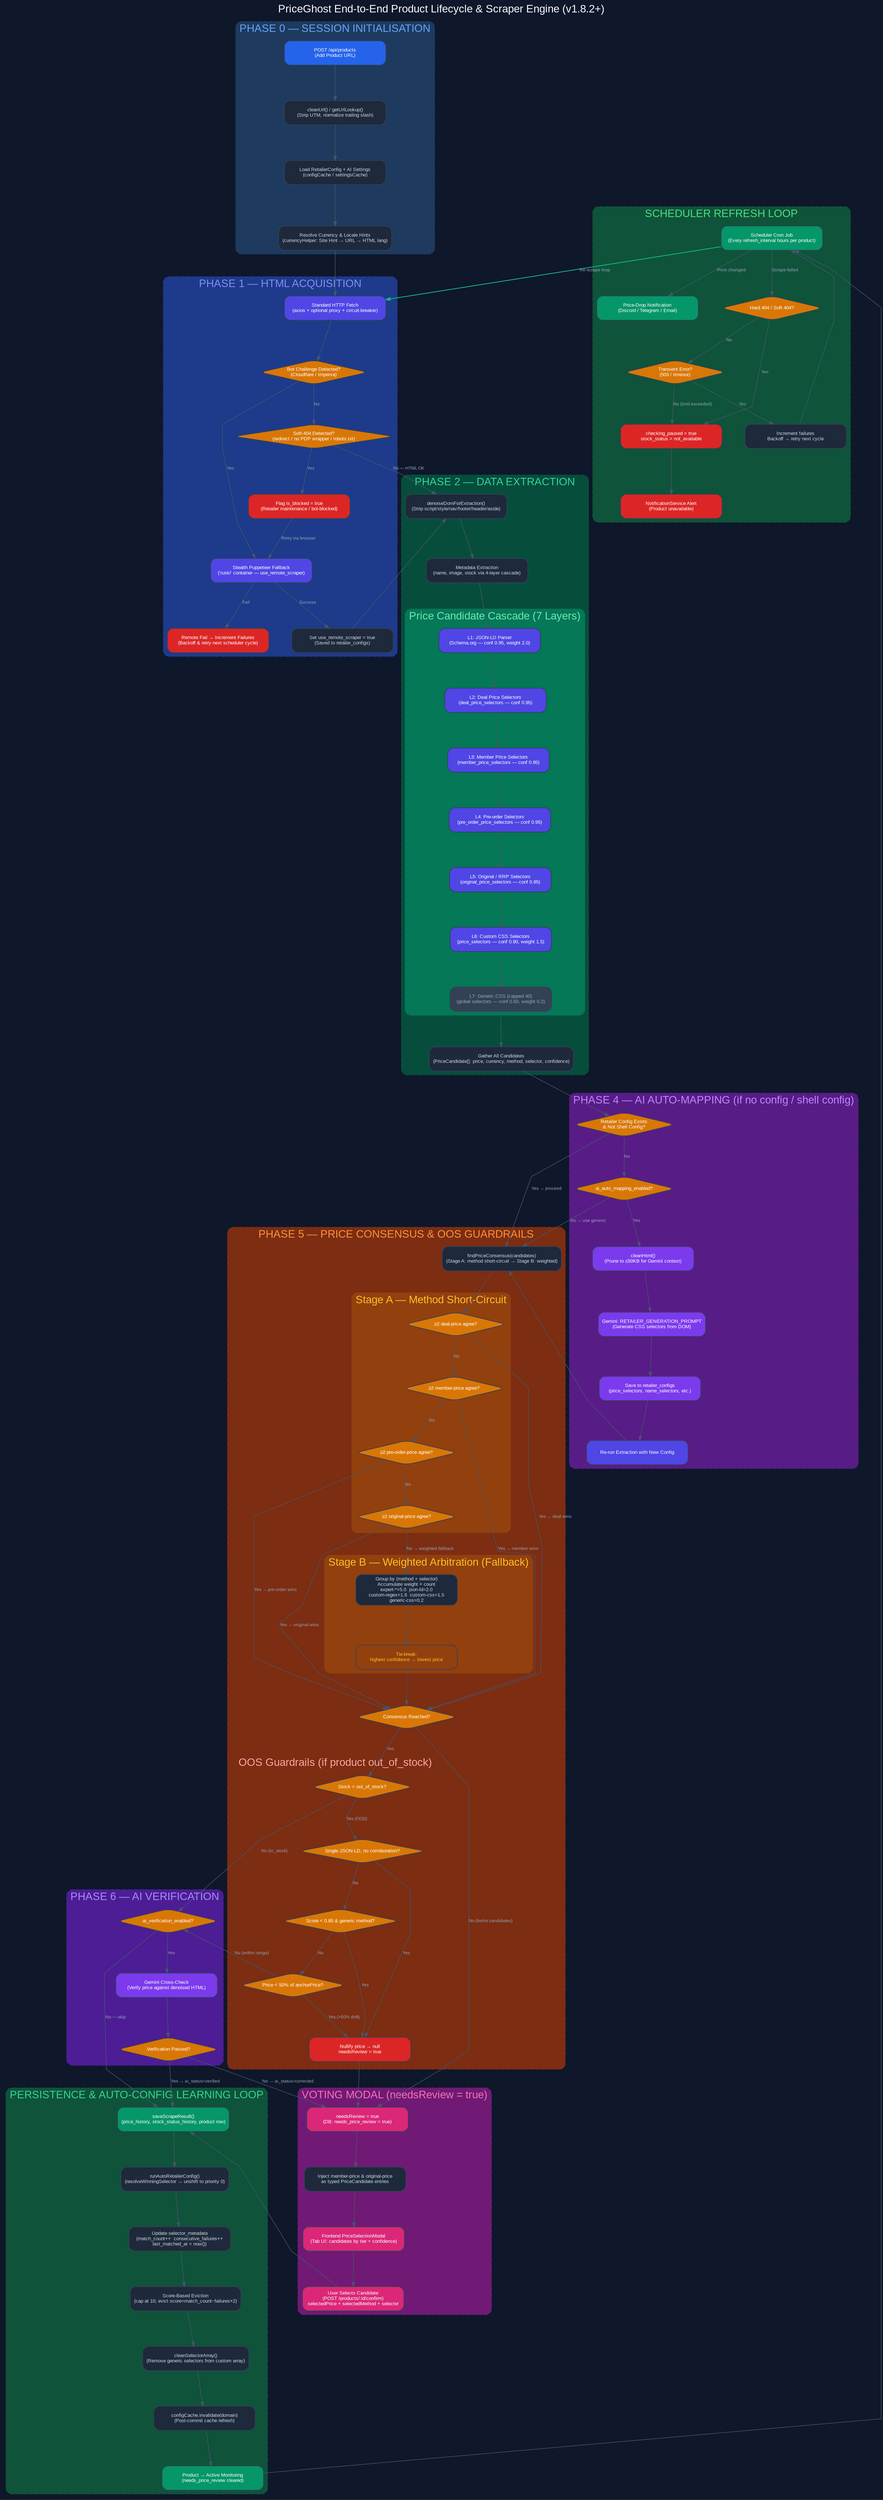
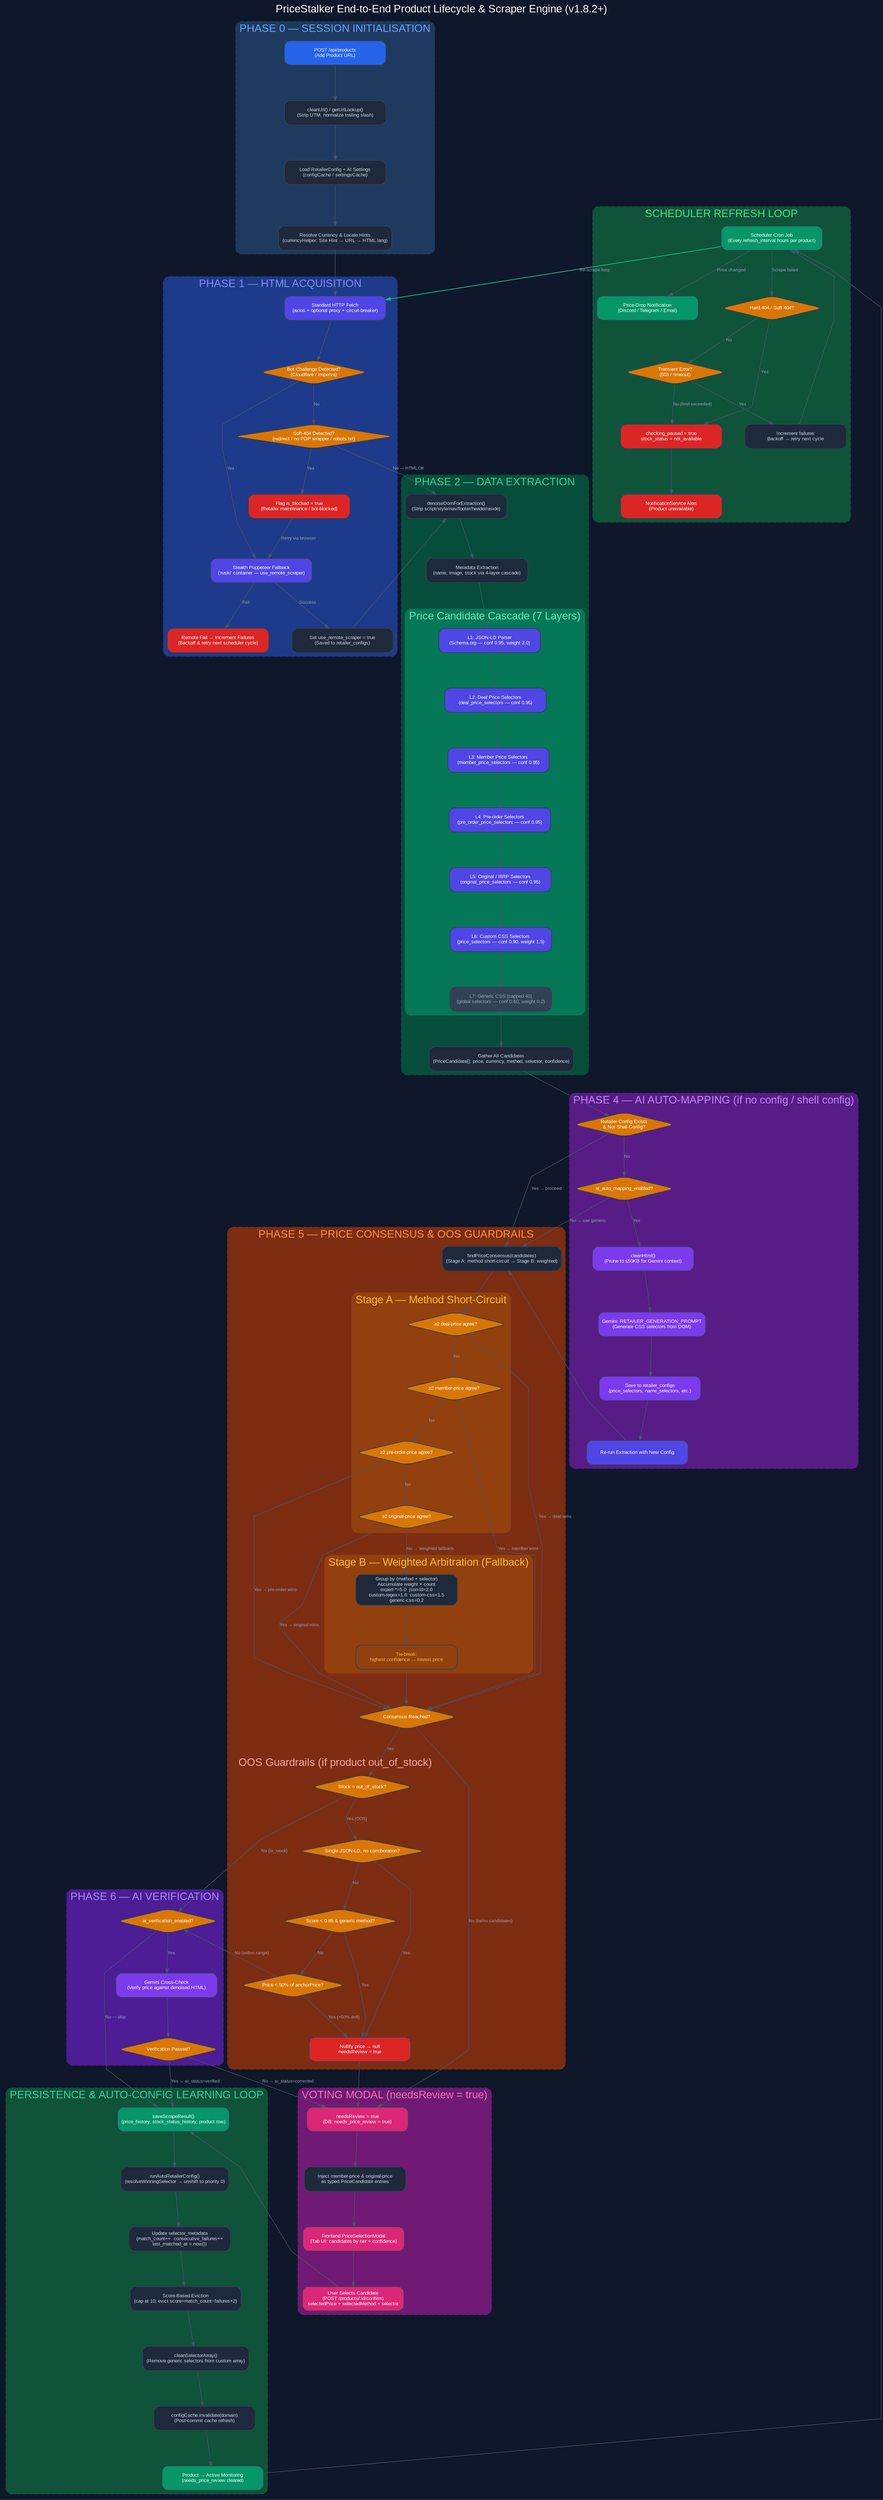
- digraph PriceGhostProductLifecycle {
+ digraph PriceStalkerProductLifecycle {
    // Graph-level styling
    graph [
-         label="PriceGhost End-to-End Product Lifecycle & Scraper Engine (v1.8.2+)",
+         label="PriceStalker End-to-End Product Lifecycle & Scraper Engine (v1.8.2+)",
        labelloc="t",
        fontname="Segoe UI, Arial, sans-serif",
        fontsize=22,
        rankdir=TB,
        bgcolor="#0f172a",
        fontcolor="#f8fafc",
        nodesep=0.65,
        ranksep=1.0,
        compound=true,
        splines=polyline
    ];

    node [
        fontname="Segoe UI, Arial, sans-serif",
        fontsize=10,
        shape=box,
        style="filled,rounded",
        fillcolor="#1e293b",
        fontcolor="#cbd5e1",
        color="#334155",
        penwidth=1.4,
        width=2.9,
        height=0.7
    ];

    edge [
        fontname="Segoe UI, Arial, sans-serif",
        fontsize=9,
        color="#475569",
        fontcolor="#94a3b8",
        arrowsize=0.85,
        penwidth=1.1
    ];

    // ─────────────────────────────────────────────────────
    // PHASE 0: SESSION INITIALISATION
    // ─────────────────────────────────────────────────────
    subgraph cluster_init {
        label="PHASE 0 — SESSION INITIALISATION";
        color="#1e3a5f";
        fontcolor="#60a5fa";
        style="dashed,rounded,filled";
        bgcolor="#0a1628";

        Start_Product  [label="POST /api/products\n(Add Product URL)", fillcolor="#2563eb", fontcolor="#ffffff"];
        Url_Clean      [label="cleanUrl() / getUrlLookup()\n(Strip UTM, normalize trailing slash)"];
        Load_Config    [label="Load RetailerConfig + AI Settings\n(configCache / settingsCache)"];
        Currency_Init  [label="Resolve Currency & Locale Hints\n(currencyHelper: Site Hint → URL → HTML lang)"];
    }

    Start_Product -> Url_Clean -> Load_Config -> Currency_Init;

    // ─────────────────────────────────────────────────────
    // PHASE 1: HTML ACQUISITION
    // ─────────────────────────────────────────────────────
    subgraph cluster_acquisition {
        label="PHASE 1 — HTML ACQUISITION";
        color="#1e3a8a";
        fontcolor="#818cf8";
        style="dashed,rounded,filled";
        bgcolor="#0b1329";

        Axios_Fetch    [label="Standard HTTP Fetch\n(axios + optional proxy + circuit-breaker)", fillcolor="#4f46e5", fontcolor="#ffffff"];
        Bot_Check      [label="Bot Challenge Detected?\n(Cloudflare / Imperva)", shape=diamond, fillcolor="#d97706", fontcolor="#ffffff"];
        Soft404_Check  [label="Soft-404 Detected?\n(redirect / no PDP wrapper / robots.txt)", shape=diamond, fillcolor="#d97706", fontcolor="#ffffff"];
        Remote_Browser [label="Stealth Puppeteer Fallback\n('ruski' container — use_remote_scraper)", fillcolor="#4f46e5", fontcolor="#ffffff"];
        Remote_Fail    [label="Remote Fail → Increment Failures\n(Backoff & retry next scheduler cycle)", fillcolor="#dc2626", fontcolor="#ffffff"];
        Set_Stealth    [label="Set use_remote_scraper = true\n(Saved to retailer_configs)"];
        Maintenance    [label="Flag is_blocked = true\n(Retailer maintenance / bot-blocked)", fillcolor="#dc2626", fontcolor="#ffffff"];
    }

    Currency_Init  -> Axios_Fetch;
    Axios_Fetch    -> Bot_Check;
    Bot_Check      -> Remote_Browser [label="Yes"];
    Bot_Check      -> Soft404_Check  [label="No"];
    Soft404_Check  -> Maintenance    [label="Yes"];
    Soft404_Check  -> DOM_Denoise    [label="No — HTML OK"];
    Remote_Browser -> Set_Stealth    [label="Success"];
    Remote_Browser -> Remote_Fail    [label="Fail"];
    Set_Stealth    -> DOM_Denoise;
    Maintenance    -> Remote_Browser [label="Retry via browser"];

    // ─────────────────────────────────────────────────────
    // PHASE 2: DATA EXTRACTION
    // ─────────────────────────────────────────────────────
    subgraph cluster_extraction {
        label="PHASE 2 — DATA EXTRACTION";
        color="#064e3b";
        fontcolor="#34d399";
        style="dashed,rounded,filled";
        bgcolor="#061813";

        DOM_Denoise   [label="denoiseDomForExtraction()\n(Strip script/style/nav/footer/header/aside)"];
        Meta_Extract  [label="Metadata Extraction\n(name, image, stock via 4-layer cascade)"];

        // Price cascade
        subgraph cluster_price_cascade {
            label="Price Candidate Cascade (7 Layers)";
            color="#047857";
            fontcolor="#6ee7b7";
            style="rounded,filled";
            bgcolor="#041f12";

            L1_JSONLD   [label="L1: JSON-LD Parser\n(Schema.org — conf 0.95, weight 2.0)", fillcolor="#4f46e5", fontcolor="#ffffff"];
            L2_Deal     [label="L2: Deal Price Selectors\n(deal_price_selectors — conf 0.95)", fillcolor="#4f46e5", fontcolor="#ffffff"];
            L3_Member   [label="L3: Member Price Selectors\n(member_price_selectors — conf 0.95)", fillcolor="#4f46e5", fontcolor="#ffffff"];
            L4_PreOrder [label="L4: Pre-order Selectors\n(pre_order_price_selectors — conf 0.95)", fillcolor="#4f46e5", fontcolor="#ffffff"];
            L5_Original [label="L5: Original / RRP Selectors\n(original_price_selectors — conf 0.95)", fillcolor="#4f46e5", fontcolor="#ffffff"];
            L6_Custom   [label="L6: Custom CSS Selectors\n(price_selectors — conf 0.90, weight 1.5)", fillcolor="#4f46e5", fontcolor="#ffffff"];
            L7_Generic  [label="L7: Generic CSS (capped 40)\n(global selectors — conf 0.60, weight 0.2)", fillcolor="#334155", fontcolor="#94a3b8"];
        }

        Gather_All [label="Gather All Candidates\n(PriceCandidate[]: price, currency, method, selector, confidence)"];
    }

    DOM_Denoise -> Meta_Extract -> L1_JSONLD;
    L1_JSONLD   -> L2_Deal -> L3_Member -> L4_PreOrder -> L5_Original -> L6_Custom -> L7_Generic -> Gather_All;

    // ─────────────────────────────────────────────────────
    // PHASE 3: BOT / MAINTENANCE VALIDATION
    // (success-first: skip if price data already found)
    // ─────────────────────────────────────────────────────
    // (Handled inline in Phase 1 above via Maintenance node)

    // ─────────────────────────────────────────────────────
    // PHASE 4: AI AUTO-MAPPING
    // ─────────────────────────────────────────────────────
    subgraph cluster_automapping {
        label="PHASE 4 — AI AUTO-MAPPING (if no config / shell config)";
        color="#581c87";
        fontcolor="#c084fc";
        style="dashed,rounded,filled";
        bgcolor="#161026";

        Has_Config_P4 [label="Retailer Config Exists\n& Not Shell Config?", shape=diamond, fillcolor="#d97706", fontcolor="#ffffff"];
        AI_Map_Enabled [label="ai_auto_mapping_enabled?", shape=diamond, fillcolor="#d97706", fontcolor="#ffffff"];
        Clean_Html    [label="cleanHtml()\n(Prune to ≤50KB for Gemini context)", fillcolor="#7c3aed", fontcolor="#ffffff"];
        Gemini_Gen    [label="Gemini: RETAILER_GENERATION_PROMPT\n(Generate CSS selectors from DOM)", fillcolor="#7c3aed", fontcolor="#ffffff"];
        Save_Config   [label="Save to retailer_configs\n(price_selectors, name_selectors, etc.)", fillcolor="#7c3aed", fontcolor="#ffffff"];
        Re_Scrape     [label="Re-run Extraction with New Config", fillcolor="#4f46e5", fontcolor="#ffffff"];
    }

    Gather_All    -> Has_Config_P4;
    Has_Config_P4 -> Run_Consensus [label="Yes → proceed"];
    Has_Config_P4 -> AI_Map_Enabled [label="No"];
    AI_Map_Enabled -> Clean_Html   [label="Yes"];
    AI_Map_Enabled -> Run_Consensus [label="No → use generic"];
    Clean_Html    -> Gemini_Gen -> Save_Config -> Re_Scrape;
    Re_Scrape     -> Run_Consensus;

    // ─────────────────────────────────────────────────────
    // PHASE 5: PRICE CONSENSUS & OOS GUARDRAILS
    // ─────────────────────────────────────────────────────
    subgraph cluster_consensus {
        label="PHASE 5 — PRICE CONSENSUS & OOS GUARDRAILS";
        color="#7c2d12";
        fontcolor="#fb923c";
        style="dashed,rounded,filled";
        bgcolor="#1a0e08";

        Run_Consensus [label="findPriceConsensus(candidates)\n(Stage A: method short-circuit → Stage B: weighted)"];

        // Stage A
        subgraph cluster_stageA {
            label="Stage A — Method Short-Circuit";
            color="#92400e";
            fontcolor="#fbbf24";
            style="rounded,filled";
            bgcolor="#1f1206";

            Deal_Check    [label="≥2 deal-price agree?", shape=diamond, fillcolor="#d97706", fontcolor="#ffffff"];
            Member_Check  [label="≥2 member-price agree?", shape=diamond, fillcolor="#d97706", fontcolor="#ffffff"];
            Pre_Check     [label="≥2 pre-order-price agree?", shape=diamond, fillcolor="#d97706", fontcolor="#ffffff"];
            Orig_Check    [label="≥2 original-price agree?", shape=diamond, fillcolor="#d97706", fontcolor="#ffffff"];
        }

        // Stage B
        subgraph cluster_stageB {
            label="Stage B — Weighted Arbitration (Fallback)";
            color="#92400e";
            fontcolor="#fbbf24";
            style="rounded,filled";
            bgcolor="#1f1206";

            Weighted_Arb  [label="Group by (method + selector)\nAccumulate weight × count\nexpert-*=5.0  json-ld=2.0\ncustom-regex=1.6  custom-css=1.5\ngeneric-css=0.2"];
            Tie_Break     [label="Tie-break:\nhighest confidence → lowest price", fillcolor="#92400e", fontcolor="#fbbf24"];
        }

        Has_Consensus  [label="Consensus Reached?", shape=diamond, fillcolor="#d97706", fontcolor="#ffffff"];

        // OOS Guardrails
        subgraph cluster_oos {
            label="OOS Guardrails (if product out_of_stock)";
            color="#7c2d12";
            fontcolor="#fca5a5";
            style="rounded,filled";
            bgcolor="#1c0d0d";

            OOS_Check     [label="Stock = out_of_stock?", shape=diamond, fillcolor="#d97706", fontcolor="#ffffff"];
            Solo_JSONLD   [label="Single JSON-LD, no corroboration?", shape=diamond, fillcolor="#d97706", fontcolor="#ffffff"];
            Low_Conf      [label="Score < 0.85 & generic method?", shape=diamond, fillcolor="#d97706", fontcolor="#ffffff"];
            Anchor_Drift  [label="Price < 50% of anchorPrice?", shape=diamond, fillcolor="#d97706", fontcolor="#ffffff"];
            Nullify_Price [label="Nullify price → null\nneedsReview = true", fillcolor="#dc2626", fontcolor="#ffffff"];
        }
    }

    Run_Consensus -> Deal_Check;
    Deal_Check    -> Has_Consensus [label="Yes → deal wins"];
    Deal_Check    -> Member_Check  [label="No"];
    Member_Check  -> Has_Consensus [label="Yes → member wins"];
    Member_Check  -> Pre_Check     [label="No"];
    Pre_Check     -> Has_Consensus [label="Yes → pre-order wins"];
    Pre_Check     -> Orig_Check    [label="No"];
    Orig_Check    -> Has_Consensus [label="Yes → original wins"];
    Orig_Check    -> Weighted_Arb  [label="No → weighted fallback"];
    Weighted_Arb  -> Tie_Break -> Has_Consensus;

    Has_Consensus -> OOS_Check     [label="Yes"];
    Has_Consensus -> Set_Review    [label="No (tie/no candidates)"];

    OOS_Check     -> Solo_JSONLD   [label="Yes (OOS)"];
    OOS_Check     -> AI_Verify_Check [label="No (in_stock)"];
    Solo_JSONLD   -> Nullify_Price [label="Yes"];
    Solo_JSONLD   -> Low_Conf      [label="No"];
    Low_Conf      -> Nullify_Price [label="Yes"];
    Low_Conf      -> Anchor_Drift  [label="No"];
    Anchor_Drift  -> Nullify_Price [label="Yes (>50% drift)"];
    Anchor_Drift  -> AI_Verify_Check [label="No (within range)"];
    Nullify_Price -> Set_Review;

    // ─────────────────────────────────────────────────────
    // PHASE 6: AI VERIFICATION
    // ─────────────────────────────────────────────────────
    subgraph cluster_verify {
        label="PHASE 6 — AI VERIFICATION";
        color="#4c1d95";
        fontcolor="#a78bfa";
        style="dashed,rounded,filled";
        bgcolor="#13102a";

        AI_Verify_Check [label="ai_verification_enabled?", shape=diamond, fillcolor="#d97706", fontcolor="#ffffff"];
        Gemini_Verify   [label="Gemini Cross-Check\n(Verify price against denoised HTML)", fillcolor="#7c3aed", fontcolor="#ffffff"];
        Verify_Pass     [label="Verification Passed?", shape=diamond, fillcolor="#d97706", fontcolor="#ffffff"];
    }

    AI_Verify_Check -> Gemini_Verify [label="Yes"];
    AI_Verify_Check -> Persist_Price [label="No — skip"];
    Gemini_Verify   -> Verify_Pass;
    Verify_Pass     -> Persist_Price [label="Yes → ai_status=verified"];
    Verify_Pass     -> Set_Review    [label="No → ai_status=corrected"];

    // ─────────────────────────────────────────────────────
    // VOTING MODAL FLOW
    // ─────────────────────────────────────────────────────
    subgraph cluster_voting {
        label="VOTING MODAL (needsReview = true)";
        color="#701a75";
        fontcolor="#f472b6";
        style="dashed,rounded,filled";
        bgcolor="#200c26";

        Set_Review     [label="needsReview = true\n(DB: needs_price_review = true)", fillcolor="#db2777", fontcolor="#ffffff"];
        Inject_Cands   [label="Inject member-price & original-price\nas typed PriceCandidate entries"];
        Voting_Modal   [label="Frontend PriceSelectionModal\n(Tab UI: candidates by tier + confidence)", fillcolor="#db2777", fontcolor="#ffffff"];
        User_Vote      [label="User Selects Candidate\n(POST /products/:id/confirm)\nselectedPrice + selectedMethod + selector", fillcolor="#db2777", fontcolor="#ffffff"];
    }

    Set_Review  -> Inject_Cands -> Voting_Modal -> User_Vote -> Persist_Price;

    // ─────────────────────────────────────────────────────
    // PERSISTENCE & AUTO-CONFIG LEARNING
    // ─────────────────────────────────────────────────────
    subgraph cluster_persist {
        label="PERSISTENCE & AUTO-CONFIG LEARNING LOOP";
        color="#0f533a";
        fontcolor="#34d399";
        style="dashed,rounded,filled";
        bgcolor="#071a12";

        Persist_Price  [label="saveScrapeResult()\n(price_history, stock_status_history, product row)", fillcolor="#059669", fontcolor="#ffffff"];
        Auto_Config    [label="runAutoRetailerConfig()\n(resolveWinningSelector → unshift to priority 0)"];
        Stale_Track    [label="Update selector_metadata\n(match_count++  consecutive_failures++\nlast_matched_at = now())"];
        Score_Evict    [label="Score-Based Eviction\n(cap at 10; evict score=match_count−failures×2)"];
        Clean_Generic  [label="cleanSelectorArray()\n(Remove generic selectors from custom array)"];
        Cache_Bust     [label="configCache.invalidate(domain)\n(Post-commit cache refresh)"];
        Active_Track   [label="Product → Active Monitoring\n(needs_price_review cleared)", fillcolor="#059669", fontcolor="#ffffff"];
    }

    Persist_Price -> Auto_Config -> Stale_Track -> Score_Evict -> Clean_Generic -> Cache_Bust -> Active_Track;

    // ─────────────────────────────────────────────────────
    // SCHEDULER REFRESH LOOP
    // ─────────────────────────────────────────────────────
    subgraph cluster_scheduler {
        label="SCHEDULER REFRESH LOOP";
        color="#0f533a";
        fontcolor="#4ade80";
        style="dashed,rounded,filled";
        bgcolor="#041a0c";

        Scheduler      [label="Scheduler Cron Job\n(Every refresh_interval hours per product)", fillcolor="#059669", fontcolor="#ffffff"];
        Notify_Drop    [label="Price-Drop Notification\n(Discord / Telegram / Email)", fillcolor="#059669", fontcolor="#ffffff"];
        Soft_Hard_404  [label="Hard 404 / Soft 404?", shape=diamond, fillcolor="#d97706", fontcolor="#ffffff"];
        Pause_Product  [label="checking_paused = true\nstock_status = not_available", fillcolor="#dc2626", fontcolor="#ffffff"];
        Alert_User     [label="NotificationService Alert\n(Product unavailable)", fillcolor="#dc2626", fontcolor="#ffffff"];
        Transient_Err  [label="Transient Error?\n(503 / timeout)", shape=diamond, fillcolor="#d97706", fontcolor="#ffffff"];
        Backoff        [label="Increment failures\nBackoff → retry next cycle"];
    }

    Active_Track   -> Scheduler;
    Scheduler      -> Axios_Fetch [label="Re-scrape loop", color="#10b981", penwidth=1.6, style=bold];
    Scheduler      -> Notify_Drop [label="Price changed"];
    Scheduler      -> Soft_Hard_404 [label="Scrape failed"];
    Soft_Hard_404  -> Pause_Product [label="Yes"];
    Soft_Hard_404  -> Transient_Err [label="No"];
    Pause_Product  -> Alert_User;
    Transient_Err  -> Backoff [label="Yes"];
    Transient_Err  -> Pause_Product [label="No (limit exceeded)"];
    Backoff        -> Scheduler;
}
